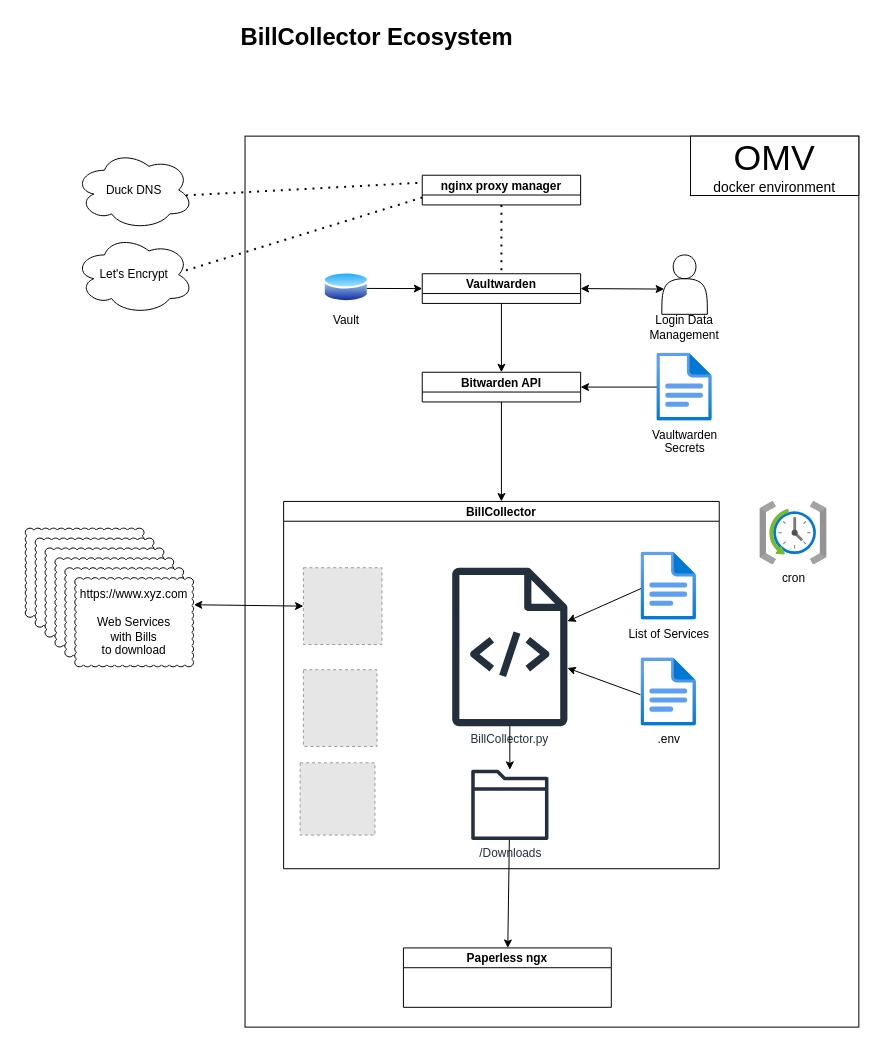
VikasR3/BillCollector keeps this draw.io diagram as doc/BillCollector.drawio. Above is the earlier version. Source tidied: cells renumbered, new cells numbered last; positions are measured from the earlier drawing's top-left corner, leaving out a move shared by most shapes. Both pictures are drawn from the tidied source at 99%, with x=0, y=0 at pixel (25, 17). Pictures stored in the file or linked from it are replaced by grey dashed boxes.
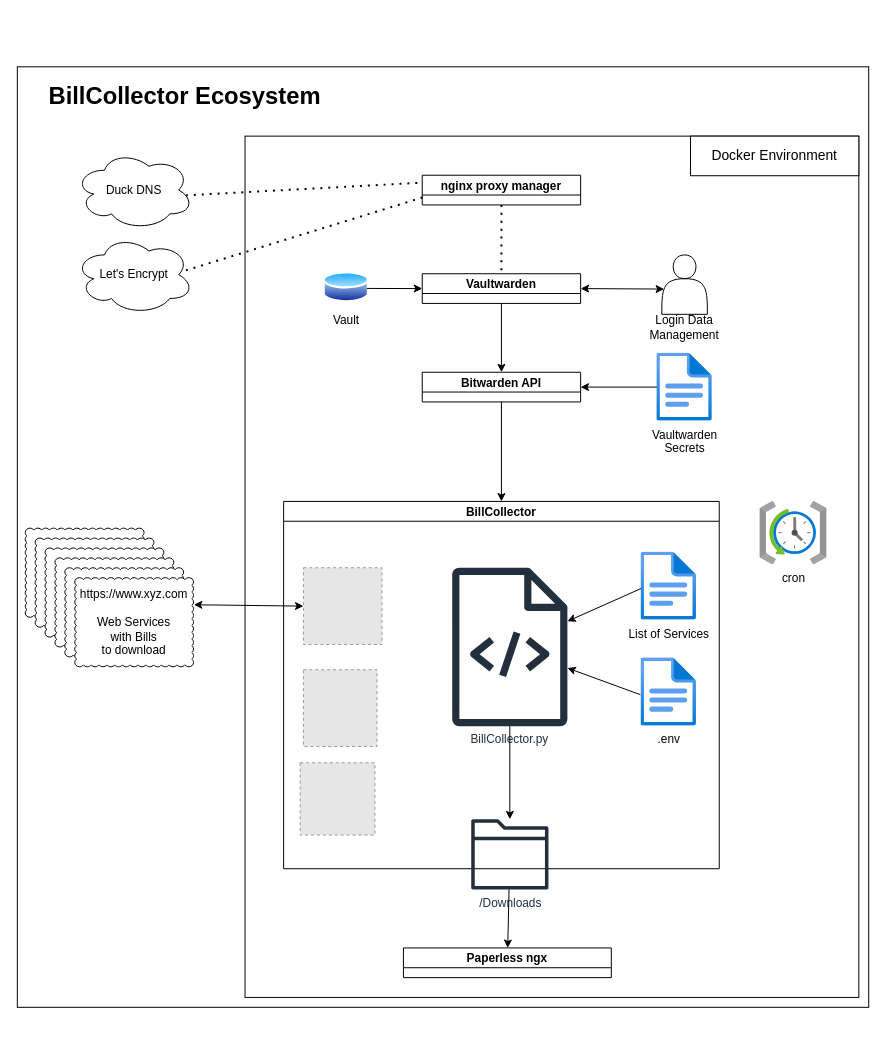
The same page after the edit.

Unchanged cells that the change refers to:
```xml
<mxCell id="9" value="BillCollector" style="swimlane;startSize=20;" parent="1" vertex="1">
  <mxGeometry x="261" y="489" width="440" height="371" as="geometry" />
</mxCell>
```

What changed in the source:
```diff
@@
+    <mxCell id="43" style="rounded=0;whiteSpace=wrap;html=1;" parent="1" vertex="1">
+      <mxGeometry x="-8" y="50" width="860" height="950" as="geometry" />
+    </mxCell>
     <mxCell id="2" style="whiteSpace=wrap;html=1;" parent="1" vertex="1">
-      <mxGeometry x="222" y="120" width="620" height="900" as="geometry" />
+      <mxGeometry x="222" y="120" width="620" height="870" as="geometry" />
     </mxCell>
     <mxCell id="3" value="&lt;div align=&quot;left&quot;&gt;BillCollector Ecosystem&lt;/div&gt;" style="text;strokeColor=none;fillColor=none;html=1;fontSize=24;fontStyle=1;verticalAlign=middle;align=left;" parent="1" vertex="1">
-      <mxGeometry x="216" width="300" height="40" as="geometry" />
+      <mxGeometry x="22" y="60" width="300" height="40" as="geometry" />
     </mxCell>
@@
     <mxCell id="16" value="/Downloads" style="sketch=0;outlineConnect=0;fontColor=#232F3E;gradientColor=none;fillColor=#232F3D;strokeColor=none;dashed=0;verticalLabelPosition=bottom;verticalAlign=top;align=center;html=1;fontSize=12;fontStyle=0;shape=mxgraph.aws4.folder;" parent="9" vertex="1">
-      <mxGeometry x="189.5" y="271" width="78" height="71" as="geometry" />
+      <mxGeometry x="189.5" y="321" width="78" height="71" as="geometry" />
     </mxCell>
@@
     <mxCell id="28" value="Paperless ngx" style="swimlane;startSize=20;" parent="1" vertex="1">
-      <mxGeometry x="382" y="940" width="210" height="60" as="geometry" />
+      <mxGeometry x="382" y="940" width="210" height="30" as="geometry" />
     </mxCell>
@@
-    <mxCell id="42" value="&lt;div&gt;&lt;font style=&quot;font-size: 36px;&quot;&gt;OMV&lt;/font&gt;&lt;/div&gt;&lt;div&gt;&lt;font style=&quot;font-size: 14px;&quot;&gt;docker environment&lt;/font&gt;&lt;/div&gt;" style="whiteSpace=wrap;html=1;" parent="1" vertex="1">
-      <mxGeometry x="672" y="120" width="170" height="60" as="geometry" />
+    <mxCell id="42" value="&lt;div&gt;&lt;span style=&quot;font-size: 14px; background-color: transparent;&quot;&gt;Docker Environment&lt;/span&gt;&lt;br&gt;&lt;/div&gt;" style="whiteSpace=wrap;html=1;" parent="1" vertex="1">
+      <mxGeometry x="672" y="120" width="170" height="40" as="geometry" />
     </mxCell>
```
